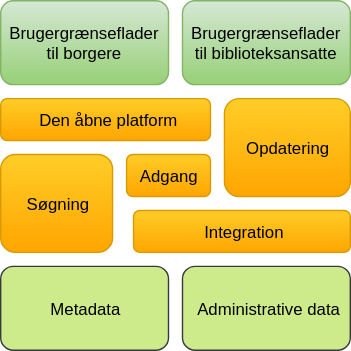
Earlier version of the draw.io export DDB_infrastruktur_niveau0.svg (danskernesdigitalebibliotek/public). Source tidied: cells renumbered, new cells last; positions are measured from the earlier drawing's top-left corner, leaving out a move shared by most shapes.
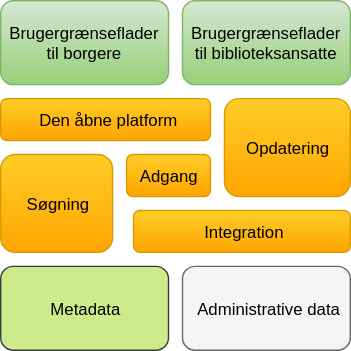
The same file after the commit.

Diff of the diagram source:
```diff
@@ -26,7 +26,7 @@
     <mxCell id="9" value="Metadata" style="rounded=1;whiteSpace=wrap;html=1;fillColor=#cdeb8b;strokeColor=#36393d;" parent="1" vertex="1">
       <mxGeometry y="190" width="120" height="60" as="geometry" />
     </mxCell>
-    <mxCell id="10" value="Administrative data" style="rounded=1;whiteSpace=wrap;html=1;fillColor=#cdeb8b;strokeColor=#36393d;" parent="1" vertex="1">
+    <mxCell id="10" value="Administrative data" style="rounded=1;whiteSpace=wrap;html=1;fillColor=#f5f5f5;strokeColor=#666666;" parent="1" vertex="1">
       <mxGeometry x="130" y="190" width="120" height="60" as="geometry" />
     </mxCell>
     <mxCell id="11" style="edgeStyle=orthogonalEdgeStyle;rounded=0;html=1;exitX=0.5;exitY=1;jettySize=auto;orthogonalLoop=1;" parent="1" edge="1" source="4" target="4">
```
